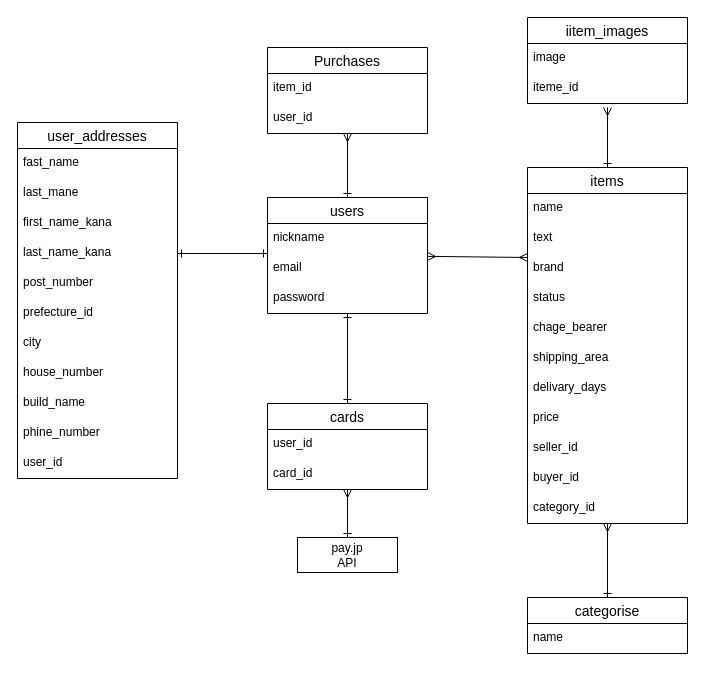
Before: test.dio in haya88100/furima-39177, a draw.io diagram. Source tidied: cells renumbered, new cells numbered last; positions are measured from the earlier drawing's top-left corner, leaving out a move shared by most shapes. Both pictures are drawn from the tidied source at 100%, with x=0, y=0 at pixel (17, 17).
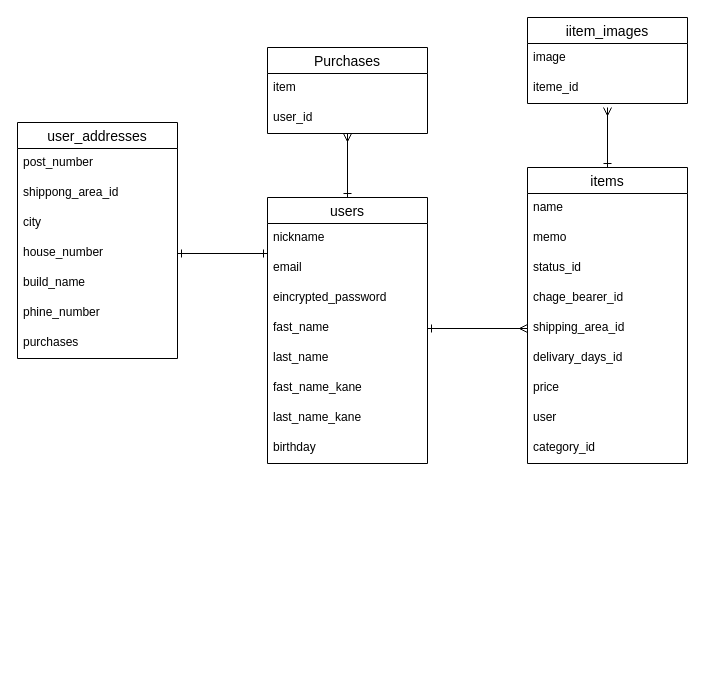
Above is the later version.

The change refers to these unchanged cells:
```xml
<mxCell id="39" value="Purchases" style="swimlane;fontStyle=0;horizontal=1;startSize=26;align=center;fontSize=14;" parent="1" vertex="1">
  <mxGeometry x="250" y="30" width="160" height="86" as="geometry" />
</mxCell>
```

What changed in the source:
```diff
@@
-    <mxCell id="3" style="edgeStyle=none;html=1;endArrow=ERmany;endFill=0;entryX=0;entryY=0.133;entryDx=0;entryDy=0;entryPerimeter=0;startArrow=ERmany;startFill=0;" parent="1" edge="1" source="5" target="13">
+    <mxCell id="3" style="edgeStyle=none;html=1;endArrow=ERmany;endFill=0;entryX=0;entryY=0.133;entryDx=0;entryDy=0;entryPerimeter=0;startArrow=ERmany;startFill=0;" parent="1" edge="1" source="5">
       <mxGeometry relative="1" as="geometry" />
     </mxCell>
-    <mxCell id="4" style="edgeStyle=none;html=1;startArrow=ERone;startFill=0;endArrow=ERone;endFill=0;entryX=0.5;entryY=0;entryDx=0;entryDy=0;" parent="1" edge="1" source="5" target="42">
-      <mxGeometry relative="1" as="geometry" />
-    </mxCell>
     <mxCell id="5" value="users" style="swimlane;fontStyle=0;horizontal=1;startSize=26;align=center;fontSize=14;" parent="1" vertex="1">
-      <mxGeometry x="250" y="180" width="160" height="116" as="geometry" />
+      <mxGeometry x="250" y="180" width="160" height="266" as="geometry" />
     </mxCell>
@@
-    <mxCell id="8" value="password" style="text;strokeColor=none;fillColor=none;spacingLeft=4;spacingRight=4;overflow=hidden;fontSize=12;" parent="5" vertex="1">
+    <mxCell id="8" value="eincrypted_password" style="text;strokeColor=none;fillColor=none;spacingLeft=4;spacingRight=4;overflow=hidden;fontSize=12;" parent="5" vertex="1">
       <mxGeometry y="86" width="160" height="30" as="geometry" />
     </mxCell>
+    <mxCell id="27" value="fast_name" style="text;strokeColor=none;fillColor=none;spacingLeft=4;spacingRight=4;overflow=hidden;points=[[0,0.5],[1,0.5]];portConstraint=eastwest;fontSize=12;" parent="5" vertex="1">
+      <mxGeometry y="116" width="160" height="30" as="geometry" />
+    </mxCell>
+    <mxCell id="50" value="last_name" style="text;strokeColor=none;fillColor=none;spacingLeft=4;spacingRight=4;overflow=hidden;fontSize=12;" parent="5" vertex="1">
+      <mxGeometry y="146" width="160" height="30" as="geometry" />
+    </mxCell>
+    <mxCell id="51" value="fast_name_kane" style="text;strokeColor=none;fillColor=none;spacingLeft=4;spacingRight=4;overflow=hidden;fontSize=12;" parent="5" vertex="1">
+      <mxGeometry y="176" width="160" height="30" as="geometry" />
+    </mxCell>
+    <mxCell id="52" value="last_name_kane" style="text;strokeColor=none;fillColor=none;spacingLeft=4;spacingRight=4;overflow=hidden;fontSize=12;" parent="5" vertex="1">
+      <mxGeometry y="206" width="160" height="30" as="geometry" />
+    </mxCell>
+    <mxCell id="53" value="birthday" style="text;strokeColor=none;fillColor=none;spacingLeft=4;spacingRight=4;overflow=hidden;fontSize=12;" parent="5" vertex="1">
+      <mxGeometry y="236" width="160" height="30" as="geometry" />
+    </mxCell>
@@
     <mxCell id="10" value="items" style="swimlane;fontStyle=0;horizontal=1;startSize=26;align=center;fontSize=14;" parent="1" vertex="1">
-      <mxGeometry x="510" y="150" width="160" height="356" as="geometry" />
+      <mxGeometry x="510" y="150" width="160" height="296" as="geometry" />
     </mxCell>
@@
-    <mxCell id="12" value="text" style="text;strokeColor=none;fillColor=none;spacingLeft=4;spacingRight=4;overflow=hidden;fontSize=12;" parent="10" vertex="1">
+    <mxCell id="12" value="memo" style="text;strokeColor=none;fillColor=none;spacingLeft=4;spacingRight=4;overflow=hidden;fontSize=12;" parent="10" vertex="1">
       <mxGeometry y="56" width="160" height="30" as="geometry" />
     </mxCell>
-    <mxCell id="13" value="brand" style="text;strokeColor=none;fillColor=none;spacingLeft=4;spacingRight=4;overflow=hidden;points=[[0,0.5],[1,0.5]];portConstraint=eastwest;fontSize=12;" parent="10" vertex="1">
-      <mxGeometry y="86" width="160" height="30" as="geometry" />
-    </mxCell>
-    <mxCell id="14" value="status" style="text;strokeColor=none;fillColor=none;spacingLeft=4;spacingRight=4;overflow=hidden;fontSize=12;" parent="10" vertex="1">
-      <mxGeometry y="116" width="160" height="30" as="geometry" />
+    <mxCell id="14" value="status_id" style="text;strokeColor=none;fillColor=none;spacingLeft=4;spacingRight=4;overflow=hidden;fontSize=12;" parent="10" vertex="1">
+      <mxGeometry y="86" width="160" height="30" as="geometry" />
     </mxCell>
-    <mxCell id="15" value="chage_bearer" style="text;strokeColor=none;fillColor=none;spacingLeft=4;spacingRight=4;overflow=hidden;fontSize=12;" parent="10" vertex="1">
-      <mxGeometry y="146" width="160" height="30" as="geometry" />
+    <mxCell id="15" value="chage_bearer_id" style="text;strokeColor=none;fillColor=none;spacingLeft=4;spacingRight=4;overflow=hidden;fontSize=12;" parent="10" vertex="1">
+      <mxGeometry y="116" width="160" height="30" as="geometry" />
     </mxCell>
-    <mxCell id="16" value="shipping_area" style="text;strokeColor=none;fillColor=none;spacingLeft=4;spacingRight=4;overflow=hidden;points=[[0,0.5],[1,0.5]];portConstraint=eastwest;fontSize=12;" parent="10" vertex="1">
-      <mxGeometry y="176" width="160" height="30" as="geometry" />
+    <mxCell id="16" value="shipping_area_id" style="text;strokeColor=none;fillColor=none;spacingLeft=4;spacingRight=4;overflow=hidden;points=[[0,0.5],[1,0.5]];portConstraint=eastwest;fontSize=12;" parent="10" vertex="1">
+      <mxGeometry y="146" width="160" height="30" as="geometry" />
     </mxCell>
-    <mxCell id="17" value="delivary_days" style="text;strokeColor=none;fillColor=none;spacingLeft=4;spacingRight=4;overflow=hidden;fontSize=12;" parent="10" vertex="1">
-      <mxGeometry y="206" width="160" height="30" as="geometry" />
+    <mxCell id="17" value="delivary_days_id" style="text;strokeColor=none;fillColor=none;spacingLeft=4;spacingRight=4;overflow=hidden;fontSize=12;" parent="10" vertex="1">
+      <mxGeometry y="176" width="160" height="30" as="geometry" />
     </mxCell>
     <mxCell id="18" value="price" style="text;strokeColor=none;fillColor=none;spacingLeft=4;spacingRight=4;overflow=hidden;fontSize=12;" parent="10" vertex="1">
-      <mxGeometry y="236" width="160" height="30" as="geometry" />
+      <mxGeometry y="206" width="160" height="30" as="geometry" />
     </mxCell>
-    <mxCell id="19" value="seller_id" style="text;strokeColor=none;fillColor=none;spacingLeft=4;spacingRight=4;overflow=hidden;fontSize=12;" parent="10" vertex="1">
-      <mxGeometry y="266" width="160" height="30" as="geometry" />
-    </mxCell>
-    <mxCell id="20" value="buyer_id" style="text;strokeColor=none;fillColor=none;spacingLeft=4;spacingRight=4;overflow=hidden;fontSize=12;" parent="10" vertex="1">
-      <mxGeometry y="296" width="160" height="30" as="geometry" />
-    </mxCell>
+    <mxCell id="54" value="user" style="text;strokeColor=none;fillColor=none;spacingLeft=4;spacingRight=4;overflow=hidden;fontSize=12;" parent="10" vertex="1">
+      <mxGeometry y="236" width="160" height="30" as="geometry" />
+    </mxCell>
     <mxCell id="21" value="category_id" style="text;strokeColor=none;fillColor=none;spacingLeft=4;spacingRight=4;overflow=hidden;points=[[0,0.5],[1,0.5]];portConstraint=eastwest;fontSize=12;" parent="10" vertex="1">
-      <mxGeometry y="326" width="160" height="30" as="geometry" />
+      <mxGeometry y="266" width="160" height="30" as="geometry" />
     </mxCell>
@@
-    <mxCell id="25" style="edgeStyle=none;html=1;startArrow=ERone;startFill=0;endArrow=ERone;endFill=0;exitX=1;exitY=0.5;exitDx=0;exitDy=0;" parent="1" edge="1" source="30">
+    <mxCell id="25" style="edgeStyle=none;html=1;startArrow=ERone;startFill=0;endArrow=ERone;endFill=0;exitX=1;exitY=0.5;exitDx=0;exitDy=0;" parent="1" edge="1" source="34">
       <mxGeometry relative="1" as="geometry">
         <mxPoint x="250" y="236" as="targetPoint" />
       </mxGeometry>
     </mxCell>
     <mxCell id="26" value="user_addresses" style="swimlane;fontStyle=0;horizontal=1;startSize=26;align=center;fontSize=14;" parent="1" vertex="1">
-      <mxGeometry y="105" width="160" height="356" as="geometry" />
+      <mxGeometry y="105" width="160" height="236" as="geometry" />
     </mxCell>
-    <mxCell id="27" value="fast_name" style="text;strokeColor=none;fillColor=none;spacingLeft=4;spacingRight=4;overflow=hidden;points=[[0,0.5],[1,0.5]];portConstraint=eastwest;fontSize=12;" parent="26" vertex="1">
-      <mxGeometry y="26" width="160" height="30" as="geometry" />
-    </mxCell>
-    <mxCell id="28" value="last_mane" style="text;strokeColor=none;fillColor=none;spacingLeft=4;spacingRight=4;overflow=hidden;fontSize=12;" parent="26" vertex="1">
-      <mxGeometry y="56" width="160" height="30" as="geometry" />
-    </mxCell>
-    <mxCell id="29" value="first_name_kana" style="text;strokeColor=none;fillColor=none;spacingLeft=4;spacingRight=4;overflow=hidden;fontSize=12;" parent="26" vertex="1">
-      <mxGeometry y="86" width="160" height="30" as="geometry" />
-    </mxCell>
-    <mxCell id="30" value="last_name_kana" style="text;strokeColor=none;fillColor=none;spacingLeft=4;spacingRight=4;overflow=hidden;points=[[0,0.5],[1,0.5]];portConstraint=eastwest;fontSize=12;" parent="26" vertex="1">
-      <mxGeometry y="116" width="160" height="30" as="geometry" />
-    </mxCell>
     <mxCell id="31" value="post_number" style="text;strokeColor=none;fillColor=none;spacingLeft=4;spacingRight=4;overflow=hidden;fontSize=12;" parent="26" vertex="1">
-      <mxGeometry y="146" width="160" height="30" as="geometry" />
+      <mxGeometry y="26" width="160" height="30" as="geometry" />
     </mxCell>
-    <mxCell id="32" value="prefecture_id" style="text;strokeColor=none;fillColor=none;spacingLeft=4;spacingRight=4;overflow=hidden;fontSize=12;" parent="26" vertex="1">
-      <mxGeometry y="176" width="160" height="30" as="geometry" />
+    <mxCell id="32" value="shippong_area_id" style="text;strokeColor=none;fillColor=none;spacingLeft=4;spacingRight=4;overflow=hidden;fontSize=12;" parent="26" vertex="1">
+      <mxGeometry y="56" width="160" height="30" as="geometry" />
     </mxCell>
     <mxCell id="33" value="city" style="text;strokeColor=none;fillColor=none;spacingLeft=4;spacingRight=4;overflow=hidden;fontSize=12;" parent="26" vertex="1">
-      <mxGeometry y="206" width="160" height="30" as="geometry" />
+      <mxGeometry y="86" width="160" height="30" as="geometry" />
     </mxCell>
     <mxCell id="34" value="house_number" style="text;strokeColor=none;fillColor=none;spacingLeft=4;spacingRight=4;overflow=hidden;points=[[0,0.5],[1,0.5]];portConstraint=eastwest;fontSize=12;" parent="26" vertex="1">
-      <mxGeometry y="236" width="160" height="30" as="geometry" />
+      <mxGeometry y="116" width="160" height="30" as="geometry" />
     </mxCell>
     <mxCell id="35" value="build_name" style="text;strokeColor=none;fillColor=none;spacingLeft=4;spacingRight=4;overflow=hidden;fontSize=12;" parent="26" vertex="1">
-      <mxGeometry y="266" width="160" height="30" as="geometry" />
+      <mxGeometry y="146" width="160" height="30" as="geometry" />
     </mxCell>
     <mxCell id="36" value="phine_number" style="text;strokeColor=none;fillColor=none;spacingLeft=4;spacingRight=4;overflow=hidden;fontSize=12;" parent="26" vertex="1">
-      <mxGeometry y="296" width="160" height="30" as="geometry" />
+      <mxGeometry y="176" width="160" height="30" as="geometry" />
     </mxCell>
-    <mxCell id="37" value="user_id" style="text;strokeColor=none;fillColor=none;spacingLeft=4;spacingRight=4;overflow=hidden;fontSize=12;" parent="26" vertex="1">
-      <mxGeometry y="326" width="160" height="30" as="geometry" />
+    <mxCell id="37" value="purchases" style="text;strokeColor=none;fillColor=none;spacingLeft=4;spacingRight=4;overflow=hidden;fontSize=12;" parent="26" vertex="1">
+      <mxGeometry y="206" width="160" height="30" as="geometry" />
     </mxCell>
@@
-    <mxCell id="40" value="item_id" style="text;strokeColor=none;fillColor=none;spacingLeft=4;spacingRight=4;overflow=hidden;fontSize=12;" parent="39" vertex="1">
+    <mxCell id="40" value="item" style="text;strokeColor=none;fillColor=none;spacingLeft=4;spacingRight=4;overflow=hidden;fontSize=12;" parent="39" vertex="1">
       <mxGeometry y="26" width="160" height="30" as="geometry" />
     </mxCell>
@@
-    <mxCell id="42" value="cards" style="swimlane;fontStyle=0;horizontal=1;startSize=26;align=center;fontSize=14;" parent="1" vertex="1">
-      <mxGeometry x="250" y="386" width="160" height="86" as="geometry" />
-    </mxCell>
-    <mxCell id="43" value="user_id" style="text;strokeColor=none;fillColor=none;spacingLeft=4;spacingRight=4;overflow=hidden;fontSize=12;" parent="42" vertex="1">
-      <mxGeometry y="26" width="160" height="30" as="geometry" />
-    </mxCell>
-    <mxCell id="44" value="card_id" style="text;strokeColor=none;fillColor=none;spacingLeft=4;spacingRight=4;overflow=hidden;points=[[0,0.5],[1,0.5]];portConstraint=eastwest;fontSize=12;" parent="42" vertex="1">
-      <mxGeometry y="56" width="160" height="30" as="geometry" />
-    </mxCell>
-    <mxCell id="45" style="edgeStyle=none;html=1;startArrow=ERone;startFill=0;endArrow=ERmany;endFill=0;" parent="1" edge="1" source="46" target="44">
-      <mxGeometry relative="1" as="geometry" />
-    </mxCell>
-    <mxCell id="46" value="pay.jp&lt;br&gt;API" style="whiteSpace=wrap;html=1;align=center;" parent="1" vertex="1">
-      <mxGeometry x="280" y="520" width="100" height="35" as="geometry" />
-    </mxCell>
-    <mxCell id="47" style="edgeStyle=none;html=1;startArrow=ERone;startFill=0;endArrow=ERmany;endFill=0;" parent="1" edge="1" source="48" target="21">
-      <mxGeometry relative="1" as="geometry" />
-    </mxCell>
-    <mxCell id="48" value="categorise" style="swimlane;fontStyle=0;horizontal=1;startSize=26;align=center;fontSize=14;" parent="1" vertex="1">
-      <mxGeometry x="510" y="580" width="160" height="56" as="geometry" />
-    </mxCell>
-    <mxCell id="49" value="name" style="text;strokeColor=none;fillColor=none;spacingLeft=4;spacingRight=4;overflow=hidden;fontSize=12;" parent="48" vertex="1">
-      <mxGeometry y="26" width="160" height="30" as="geometry" />
-    </mxCell>
+    <mxCell id="55" style="edgeStyle=none;html=1;startArrow=ERone;startFill=0;endArrow=ERmany;endFill=0;entryX=0;entryY=0.5;entryDx=0;entryDy=0;" parent="1" edge="1" source="27" target="16">
+      <mxGeometry relative="1" as="geometry" />
+    </mxCell>
```
